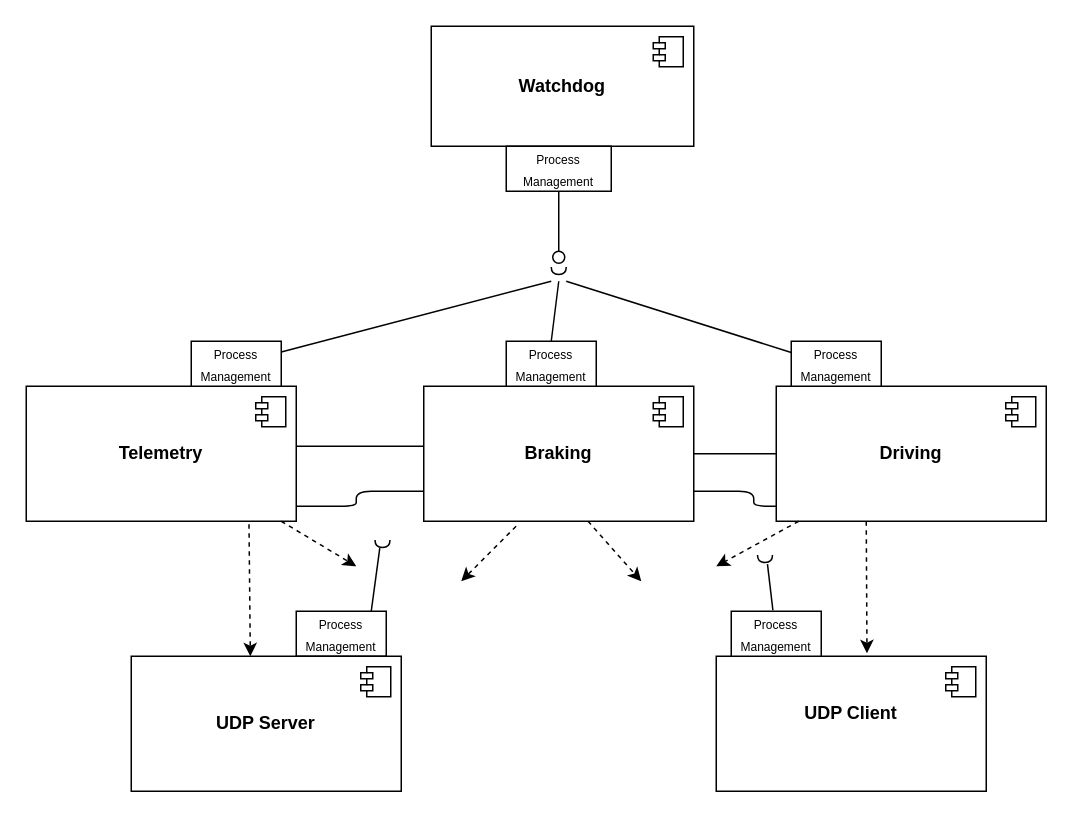
Before: Documentation/Diagrams/QNX_ComponentUML.drawio in MarioPardo/QNX_VehicleControlSystem, a draw.io diagram. Source tidied: cells renumbered, new cells numbered last; positions are measured from the earlier drawing's top-left corner, leaving out a move shared by most shapes. Both pictures are drawn from the tidied source at 150%, with x=0, y=0 at pixel (26, 26).
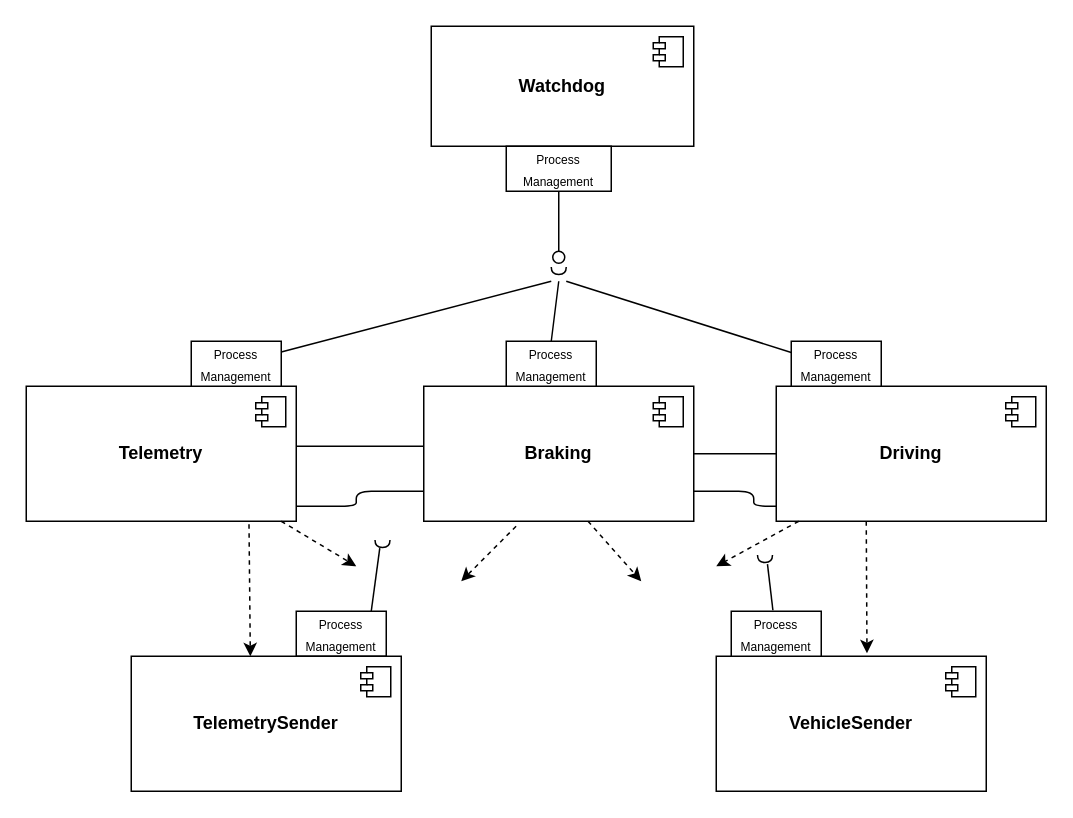
Above is the later version.

Diff of the diagram source:
```diff
@@
-    <mxCell id="12" value="&lt;b&gt;UDP Client&lt;/b&gt;&lt;div&gt;&lt;b&gt;&lt;br&gt;&lt;/b&gt;&lt;/div&gt;" style="html=1;whiteSpace=wrap;" parent="1" vertex="1">
+    <mxCell id="12" value="&lt;div&gt;&lt;b&gt;VehicleSender&lt;/b&gt;&lt;/div&gt;" style="html=1;whiteSpace=wrap;" parent="1" vertex="1">
       <mxGeometry x="460" y="420" width="180" height="90" as="geometry" />
     </mxCell>
@@
-    <mxCell id="14" value="&lt;div&gt;&lt;b&gt;UDP Server&lt;/b&gt;&lt;/div&gt;" style="html=1;whiteSpace=wrap;" parent="1" vertex="1">
+    <mxCell id="14" value="&lt;div&gt;&lt;b&gt;TelemetrySender&lt;/b&gt;&lt;/div&gt;" style="html=1;whiteSpace=wrap;" parent="1" vertex="1">
       <mxGeometry x="70" y="420" width="180" height="90" as="geometry" />
     </mxCell>
```
